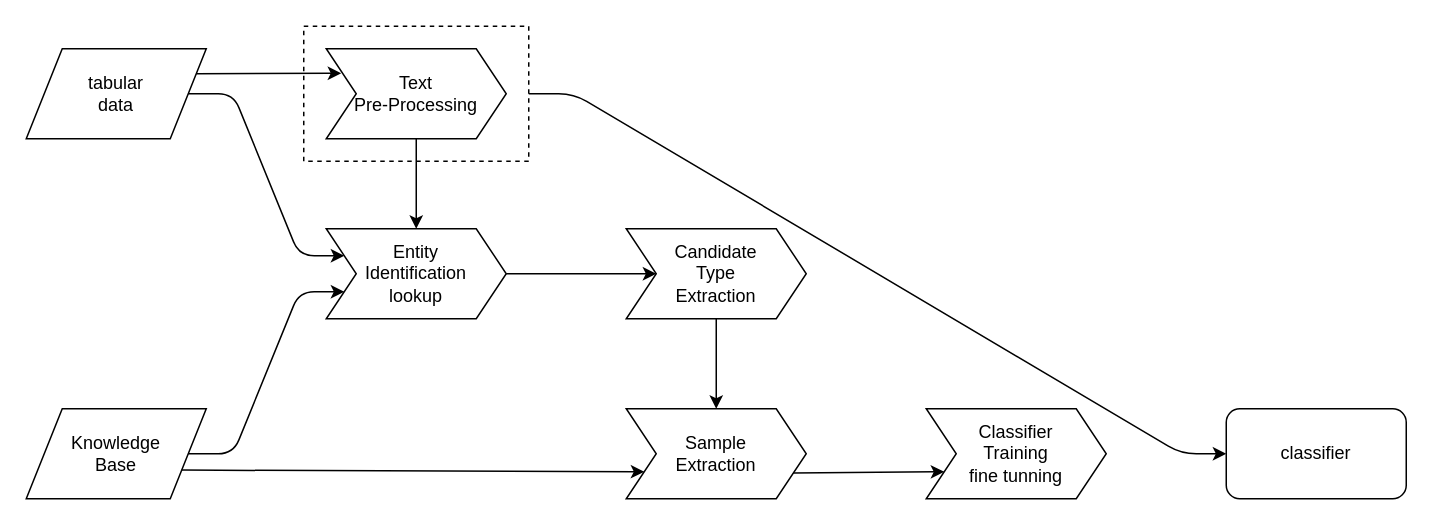
Above: page "Page-2" (2 of 2) of RMPI.drawio in zdetor54/city-ds-final-project (draw.io), before the change. Source tidied: cells renumbered, new cells numbered last; positions are measured from the earlier drawing's top-left corner, leaving out a move shared by most shapes. Both pictures are drawn from the tidied source at 150%, with x=0, y=0 at pixel (26, 26).
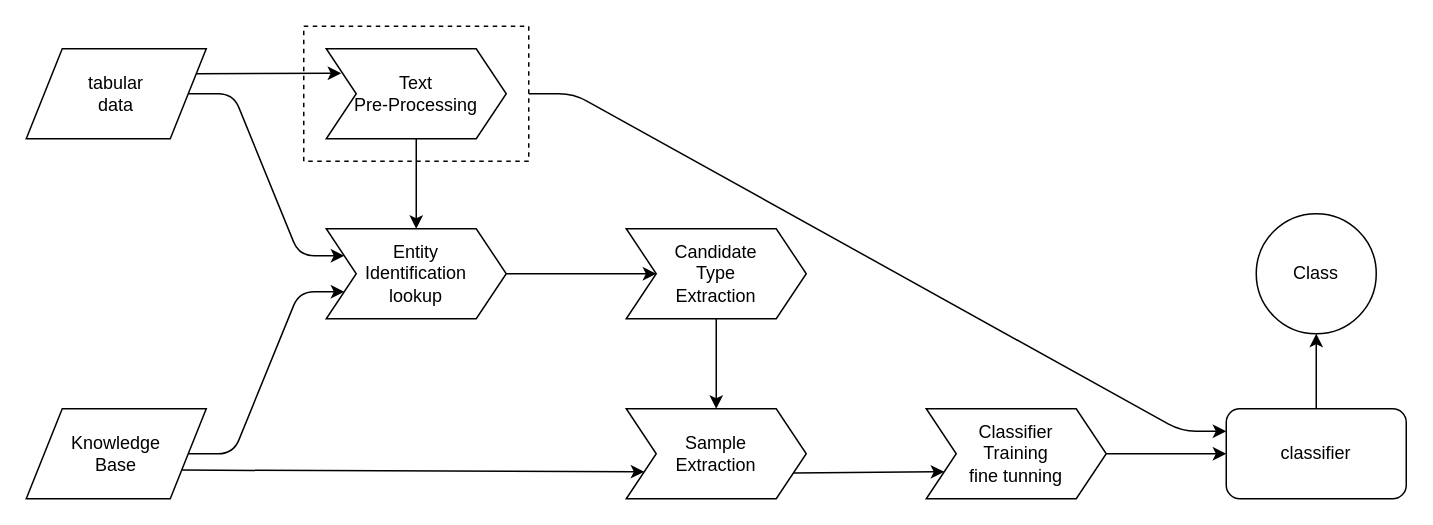
The same page after the edit.

The change refers to these unchanged cells:
```xml
<mxCell id="12" style="rounded=0;whiteSpace=wrap;html=1;fillColor=none;dashed=1;" parent="1" vertex="1">
  <mxGeometry x="185" width="150" height="90" as="geometry" />
</mxCell>
<mxCell id="13" value="classifier" style="rounded=1;whiteSpace=wrap;html=1;" parent="1" vertex="1">
  <mxGeometry x="800" y="255" width="120" height="60" as="geometry" />
</mxCell>
<mxCell id="17" value="Classifier &lt;br&gt;Training &lt;br&gt;fine tunning" style="shape=step;perimeter=stepPerimeter;whiteSpace=wrap;html=1;fixedSize=1;" parent="1" vertex="1">
  <mxGeometry x="600" y="255" width="120" height="60" as="geometry" />
</mxCell>
```

Diff of the diagram source:
```diff
@@
-    <mxCell id="19" style="endArrow=classic;html=1;exitX=1;exitY=0.5;exitDx=0;exitDy=0;entryX=0;entryY=0.5;entryDx=0;entryDy=0;edgeStyle=entityRelationEdgeStyle;" parent="1" edge="1" source="12" target="13">
+    <mxCell id="19" style="endArrow=classic;html=1;exitX=1;exitY=0.5;exitDx=0;exitDy=0;entryX=0;entryY=0.25;entryDx=0;entryDy=0;edgeStyle=entityRelationEdgeStyle;" parent="1" edge="1" source="12" target="13">
       <mxGeometry relative="1" as="geometry" />
     </mxCell>
+    <mxCell id="20" style="endArrow=classic;html=1;entryX=0;entryY=0.5;entryDx=0;entryDy=0;exitX=1;exitY=0.5;exitDx=0;exitDy=0;" parent="1" edge="1" source="17" target="13">
+      <mxGeometry relative="1" as="geometry" />
+    </mxCell>
+    <mxCell id="21" value="Class" style="ellipse;whiteSpace=wrap;html=1;fillColor=none;" parent="1" vertex="1">
+      <mxGeometry x="820" y="125" width="80" height="80" as="geometry" />
+    </mxCell>
+    <mxCell id="22" style="endArrow=classic;html=1;entryX=0.5;entryY=1;entryDx=0;entryDy=0;" parent="1" edge="1" target="21">
+      <mxGeometry relative="1" as="geometry">
+        <mxPoint x="860" y="255" as="sourcePoint" />
+      </mxGeometry>
+    </mxCell>
```
